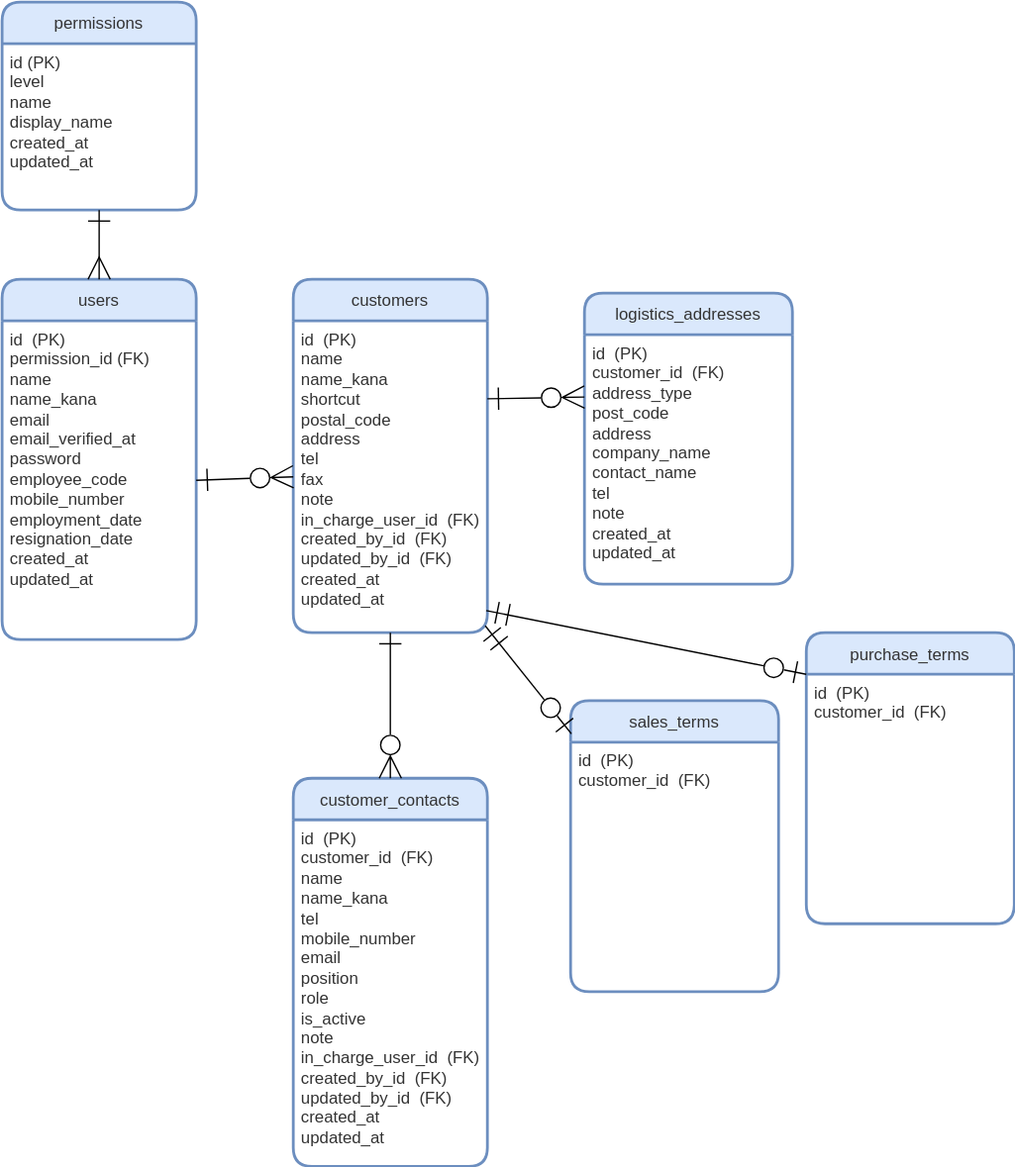
ryo-tom/flagship keeps this draw.io diagram as src/docs/ER.drawio.svg. Above is the earlier version. Source tidied: cells renumbered, new cells last; positions are measured from the earlier drawing's top-left corner, leaving out a move shared by most shapes. Source of this version:
```xml
<mxGraphModel>
  <root>
    <mxCell id="0" />
    <mxCell id="1" parent="0" />
    <mxCell id="2" value="permissions" style="swimlane;horizontal=1;startSize=30;rounded=1;fontSize=12;fontStyle=0;strokeWidth=2;shadow=0;dashed=0;align=center;fillColor=#dae8fc;strokeColor=#6c8ebf;fontColor=#333333;labelBackgroundColor=none;gradientColor=none;swimlaneFillColor=#FFFFFF;verticalAlign=middle;" parent="1" vertex="1">
      <mxGeometry width="140" height="150" as="geometry" />
    </mxCell>
    <mxCell id="3" value="id (PK)&lt;br style=&quot;font-size: 12px;&quot;&gt;level&lt;br style=&quot;font-size: 12px;&quot;&gt;name&lt;br style=&quot;font-size: 12px;&quot;&gt;display_name&lt;br style=&quot;font-size: 12px;&quot;&gt;created_at&lt;br style=&quot;font-size: 12px;&quot;&gt;updated_at" style="align=left;strokeColor=none;fillColor=none;spacingLeft=4;fontSize=12;verticalAlign=top;labelBackgroundColor=none;fontColor=#333333;html=1;" parent="2" vertex="1">
      <mxGeometry y="30" width="140" height="120" as="geometry" />
    </mxCell>
    <mxCell id="4" value="users" style="swimlane;horizontal=1;startSize=30;rounded=1;fontSize=12;fontStyle=0;strokeWidth=2;shadow=0;dashed=0;align=center;fillColor=#dae8fc;strokeColor=#6c8ebf;fontColor=#333333;labelBackgroundColor=none;gradientColor=none;swimlaneFillColor=#FFFFFF;verticalAlign=middle;" parent="1" vertex="1">
      <mxGeometry y="200" width="140" height="260" as="geometry" />
    </mxCell>
    <mxCell id="5" value="&lt;font style=&quot;font-size: 12px;&quot;&gt;id&amp;nbsp;&amp;nbsp;(PK)&lt;br style=&quot;font-size: 12px;&quot;&gt;permission_id (FK)&lt;br style=&quot;font-size: 12px;&quot;&gt;name&lt;br style=&quot;font-size: 12px;&quot;&gt;name_kana&lt;br style=&quot;font-size: 12px;&quot;&gt;email&lt;br style=&quot;font-size: 12px;&quot;&gt;email_verified_at&lt;br style=&quot;font-size: 12px;&quot;&gt;password&lt;br style=&quot;font-size: 12px;&quot;&gt;employee_code&lt;br style=&quot;font-size: 12px;&quot;&gt;mobile_number&lt;br style=&quot;font-size: 12px;&quot;&gt;employment_date&lt;br style=&quot;font-size: 12px;&quot;&gt;resignation_date&lt;br style=&quot;font-size: 12px;&quot;&gt;created_at&lt;br style=&quot;font-size: 12px;&quot;&gt;updated_at&lt;/font&gt;" style="align=left;strokeColor=none;fillColor=none;spacingLeft=4;fontSize=12;verticalAlign=top;html=1;fontColor=#333333;" parent="4" vertex="1">
      <mxGeometry y="30" width="140" height="230" as="geometry" />
    </mxCell>
    <mxCell id="6" style="edgeStyle=none;html=1;exitX=0.5;exitY=1;exitDx=0;exitDy=0;endArrow=ERmany;endFill=0;endSize=14;startArrow=ERone;startFill=0;startSize=14;targetPerimeterSpacing=0;jumpStyle=none;jumpSize=6;shadow=0;fontSize=12;verticalAlign=top;" parent="1" edge="1" source="3" target="4">
      <mxGeometry relative="1" as="geometry" />
    </mxCell>
    <mxCell id="7" value="customers" style="swimlane;horizontal=1;startSize=30;rounded=1;fontSize=12;fontStyle=0;strokeWidth=2;shadow=0;dashed=0;align=center;fillColor=#dae8fc;strokeColor=#6c8ebf;fontColor=#333333;labelBackgroundColor=none;gradientColor=none;swimlaneFillColor=#FFFFFF;verticalAlign=middle;" parent="1" vertex="1">
      <mxGeometry x="210" y="200" width="140" height="255" as="geometry" />
    </mxCell>
    <mxCell id="8" value="&lt;font style=&quot;font-size: 12px;&quot;&gt;id&amp;nbsp;&amp;nbsp;(PK)&lt;br style=&quot;font-size: 12px;&quot;&gt;name&lt;br style=&quot;font-size: 12px;&quot;&gt;name_kana&lt;br style=&quot;font-size: 12px;&quot;&gt;shortcut&lt;br style=&quot;font-size: 12px;&quot;&gt;postal_code&lt;br style=&quot;font-size: 12px;&quot;&gt;address&lt;br style=&quot;font-size: 12px;&quot;&gt;tel&lt;br style=&quot;font-size: 12px;&quot;&gt;fax&lt;br style=&quot;font-size: 12px;&quot;&gt;note&lt;br style=&quot;font-size: 12px;&quot;&gt;in_charge_user_id&amp;nbsp;&amp;nbsp;(FK)&lt;br style=&quot;font-size: 12px;&quot;&gt;created_by_id&amp;nbsp;&amp;nbsp;(FK)&lt;br style=&quot;font-size: 12px;&quot;&gt;updated_by_id&amp;nbsp;&amp;nbsp;(FK)&lt;br style=&quot;font-size: 12px;&quot;&gt;created_at&lt;br style=&quot;font-size: 12px;&quot;&gt;updated_at&lt;/font&gt;" style="align=left;strokeColor=none;fillColor=none;spacingLeft=4;fontSize=12;verticalAlign=top;fontColor=#333333;html=1;" parent="7" vertex="1">
      <mxGeometry y="30" width="140" height="225" as="geometry" />
    </mxCell>
    <mxCell id="9" style="edgeStyle=none;shape=connector;rounded=1;jumpStyle=none;jumpSize=6;html=1;exitX=1;exitY=0.5;exitDx=0;exitDy=0;shadow=0;labelBackgroundColor=default;strokeColor=default;fontFamily=Helvetica;fontSize=12;fontColor=default;startArrow=ERone;startFill=0;endArrow=ERzeroToMany;endFill=0;startSize=14;endSize=14;targetPerimeterSpacing=0;strokeWidth=1;entryX=0;entryY=0.5;entryDx=0;entryDy=0;verticalAlign=top;" parent="1" edge="1" source="5" target="8">
      <mxGeometry relative="1" as="geometry" />
    </mxCell>
    <mxCell id="10" value="customer_contacts" style="swimlane;horizontal=1;startSize=30;rounded=1;fontSize=12;fontStyle=0;strokeWidth=2;shadow=0;dashed=0;align=center;fillColor=#dae8fc;strokeColor=#6c8ebf;fontColor=#333333;labelBackgroundColor=none;gradientColor=none;swimlaneFillColor=#FFFFFF;verticalAlign=middle;" parent="1" vertex="1">
      <mxGeometry x="210" y="560" width="140" height="280" as="geometry" />
    </mxCell>
    <mxCell id="11" value="&lt;font style=&quot;font-size: 12px;&quot;&gt;id&amp;nbsp;&amp;nbsp;(PK)&lt;br style=&quot;font-size: 12px;&quot;&gt;customer_id&amp;nbsp;&amp;nbsp;(FK)&lt;br style=&quot;font-size: 12px;&quot;&gt;name&lt;br style=&quot;font-size: 12px;&quot;&gt;name_kana&lt;br style=&quot;font-size: 12px;&quot;&gt;tel&lt;br style=&quot;font-size: 12px;&quot;&gt;mobile_number&lt;br style=&quot;font-size: 12px;&quot;&gt;email&lt;br style=&quot;font-size: 12px;&quot;&gt;position&lt;br style=&quot;font-size: 12px;&quot;&gt;role&lt;br style=&quot;font-size: 12px;&quot;&gt;is_active&lt;br style=&quot;font-size: 12px;&quot;&gt;note&lt;br style=&quot;font-size: 12px;&quot;&gt;in_charge_user_id&amp;nbsp;&amp;nbsp;(FK)&lt;br style=&quot;font-size: 12px;&quot;&gt;created_by_id&amp;nbsp;&amp;nbsp;(FK)&lt;br style=&quot;font-size: 12px;&quot;&gt;updated_by_id&amp;nbsp;&amp;nbsp;(FK)&lt;br style=&quot;font-size: 12px;&quot;&gt;created_at&lt;br style=&quot;font-size: 12px;&quot;&gt;updated_at&lt;/font&gt;" style="align=left;strokeColor=none;fillColor=none;spacingLeft=4;fontSize=12;verticalAlign=top;fontColor=#333333;html=1;" parent="10" vertex="1">
      <mxGeometry y="30" width="140" height="250" as="geometry" />
    </mxCell>
    <mxCell id="12" style="edgeStyle=none;shape=connector;rounded=1;jumpStyle=none;jumpSize=6;html=1;entryX=0.5;entryY=0;entryDx=0;entryDy=0;shadow=0;labelBackgroundColor=default;strokeColor=default;fontFamily=Helvetica;fontSize=12;fontColor=default;startArrow=ERone;startFill=0;endArrow=ERzeroToMany;endFill=0;startSize=14;endSize=14;targetPerimeterSpacing=0;verticalAlign=top;" parent="1" edge="1" source="8" target="10">
      <mxGeometry relative="1" as="geometry" />
    </mxCell>
    <mxCell id="13" value="logistics_addresses" style="swimlane;horizontal=1;startSize=30;rounded=1;fontSize=12;fontStyle=0;strokeWidth=2;shadow=0;dashed=0;align=center;fillColor=#dae8fc;strokeColor=#6c8ebf;fontColor=#333333;labelBackgroundColor=none;gradientColor=none;swimlaneFillColor=#FFFFFF;verticalAlign=middle;" parent="1" vertex="1">
      <mxGeometry x="420" y="210" width="150" height="210" as="geometry" />
    </mxCell>
    <mxCell id="14" value="&lt;font style=&quot;font-size: 12px;&quot;&gt;id&amp;nbsp;&amp;nbsp;(PK)&lt;br style=&quot;font-size: 12px;&quot;&gt;customer_id&amp;nbsp;&amp;nbsp;(FK)&lt;br style=&quot;font-size: 12px;&quot;&gt;address_type&lt;br style=&quot;font-size: 12px;&quot;&gt;post_code&lt;br style=&quot;font-size: 12px;&quot;&gt;address&lt;br style=&quot;font-size: 12px;&quot;&gt;company_name&lt;br style=&quot;font-size: 12px;&quot;&gt;contact_name&lt;br style=&quot;font-size: 12px;&quot;&gt;tel&lt;br style=&quot;font-size: 12px;&quot;&gt;note&lt;br style=&quot;font-size: 12px;&quot;&gt;created_at&lt;br style=&quot;font-size: 12px;&quot;&gt;updated_at&lt;/font&gt;" style="align=left;strokeColor=none;fillColor=none;spacingLeft=4;fontSize=12;verticalAlign=top;fontColor=#333333;html=1;" parent="13" vertex="1">
      <mxGeometry y="30" width="150" height="180" as="geometry" />
    </mxCell>
    <mxCell id="15" style="edgeStyle=none;shape=connector;rounded=1;jumpStyle=none;jumpSize=6;html=1;exitX=1;exitY=0.25;exitDx=0;exitDy=0;entryX=0;entryY=0.25;entryDx=0;entryDy=0;shadow=0;labelBackgroundColor=default;strokeColor=default;fontFamily=Helvetica;fontSize=12;fontColor=default;startArrow=ERone;startFill=0;endArrow=ERzeroToMany;endFill=0;startSize=14;endSize=14;targetPerimeterSpacing=0;verticalAlign=top;" parent="1" edge="1" source="8" target="14">
      <mxGeometry relative="1" as="geometry" />
    </mxCell>
    <mxCell id="16" value="sales_terms" style="swimlane;horizontal=1;startSize=30;rounded=1;fontSize=12;fontStyle=0;strokeWidth=2;shadow=0;dashed=0;align=center;fillColor=#dae8fc;strokeColor=#6c8ebf;fontColor=#333333;labelBackgroundColor=none;gradientColor=none;swimlaneFillColor=#FFFFFF;verticalAlign=middle;" parent="1" vertex="1">
      <mxGeometry x="410" y="504" width="150" height="210" as="geometry" />
    </mxCell>
    <mxCell id="17" value="&lt;font style=&quot;font-size: 12px;&quot;&gt;id&amp;nbsp;&amp;nbsp;(PK)&lt;br style=&quot;font-size: 12px;&quot;&gt;customer_id&amp;nbsp;&amp;nbsp;(FK)&lt;br style=&quot;font-size: 12px;&quot;&gt;&lt;br&gt;&lt;/font&gt;" style="align=left;strokeColor=none;fillColor=none;spacingLeft=4;fontSize=12;verticalAlign=top;fontColor=#333333;html=1;" parent="16" vertex="1">
      <mxGeometry y="30" width="150" height="180" as="geometry" />
    </mxCell>
    <mxCell id="18" value="purchase_terms" style="swimlane;horizontal=1;startSize=30;rounded=1;fontSize=12;fontStyle=0;strokeWidth=2;shadow=0;dashed=0;align=center;fillColor=#dae8fc;strokeColor=#6c8ebf;fontColor=#333333;labelBackgroundColor=none;gradientColor=none;swimlaneFillColor=#FFFFFF;verticalAlign=middle;" parent="1" vertex="1">
      <mxGeometry x="580" y="455" width="150" height="210" as="geometry" />
    </mxCell>
    <mxCell id="19" value="&lt;font style=&quot;font-size: 12px;&quot;&gt;id&amp;nbsp;&amp;nbsp;(PK)&lt;br style=&quot;font-size: 12px;&quot;&gt;customer_id&amp;nbsp;&amp;nbsp;(FK)&lt;br style=&quot;font-size: 12px;&quot;&gt;&lt;br&gt;&lt;/font&gt;" style="align=left;strokeColor=none;fillColor=none;spacingLeft=4;fontSize=12;verticalAlign=top;fontColor=#333333;html=1;" parent="18" vertex="1">
      <mxGeometry y="30" width="150" height="180" as="geometry" />
    </mxCell>
    <mxCell id="20" style="edgeStyle=none;shape=connector;rounded=1;jumpStyle=none;jumpSize=6;html=1;exitX=0.989;exitY=0.978;exitDx=0;exitDy=0;entryX=0.004;entryY=0.114;entryDx=0;entryDy=0;shadow=0;labelBackgroundColor=default;strokeColor=default;fontFamily=Helvetica;fontSize=12;fontColor=default;startArrow=ERmandOne;startFill=0;endArrow=ERzeroToOne;endFill=0;startSize=14;endSize=14;targetPerimeterSpacing=0;verticalAlign=top;exitPerimeter=0;entryPerimeter=0;" parent="1" edge="1" source="8" target="16">
      <mxGeometry relative="1" as="geometry" />
    </mxCell>
    <mxCell id="21" style="edgeStyle=none;shape=connector;rounded=1;jumpStyle=none;jumpSize=6;html=1;exitX=0.994;exitY=0.929;exitDx=0;exitDy=0;entryX=0;entryY=0;entryDx=0;entryDy=0;shadow=0;labelBackgroundColor=default;strokeColor=default;fontFamily=Helvetica;fontSize=12;fontColor=default;startArrow=ERmandOne;startFill=0;endArrow=ERzeroToOne;endFill=0;startSize=14;endSize=14;targetPerimeterSpacing=0;verticalAlign=top;exitPerimeter=0;" parent="1" edge="1" source="8" target="19">
      <mxGeometry relative="1" as="geometry" />
    </mxCell>
  </root>
</mxGraphModel>
```
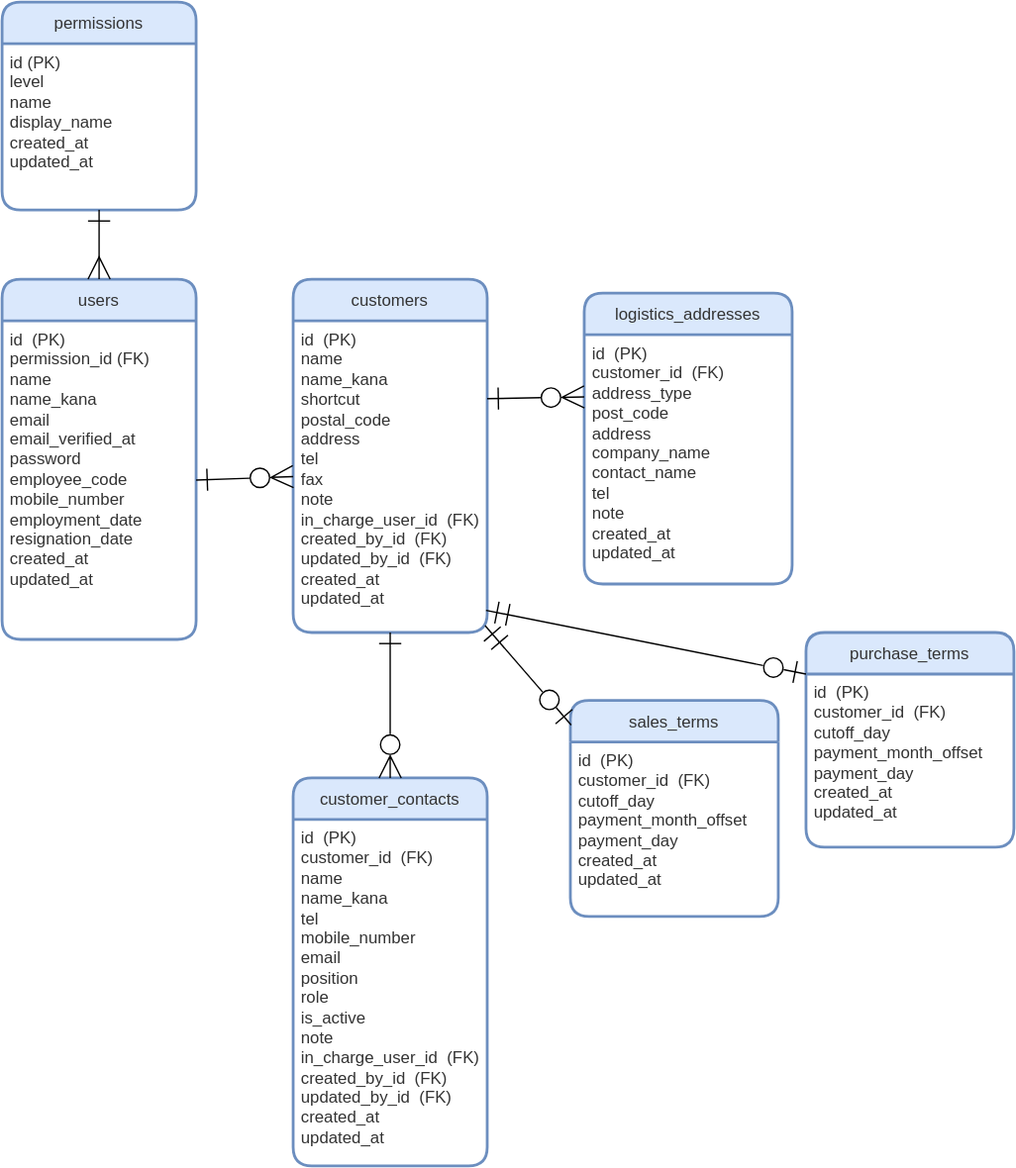
Later version of the same file.

The edit, as a diff of the source:
```diff
@@ -45,16 +45,16 @@
       <mxGeometry relative="1" as="geometry" />
     </mxCell>
     <mxCell id="16" value="sales_terms" style="swimlane;horizontal=1;startSize=30;rounded=1;fontSize=12;fontStyle=0;strokeWidth=2;shadow=0;dashed=0;align=center;fillColor=#dae8fc;strokeColor=#6c8ebf;fontColor=#333333;labelBackgroundColor=none;gradientColor=none;swimlaneFillColor=#FFFFFF;verticalAlign=middle;" parent="1" vertex="1">
-      <mxGeometry x="410" y="504" width="150" height="210" as="geometry" />
+      <mxGeometry x="410" y="504" width="150" height="156" as="geometry" />
     </mxCell>
-    <mxCell id="17" value="&lt;font style=&quot;font-size: 12px;&quot;&gt;id&amp;nbsp;&amp;nbsp;(PK)&lt;br style=&quot;font-size: 12px;&quot;&gt;customer_id&amp;nbsp;&amp;nbsp;(FK)&lt;br style=&quot;font-size: 12px;&quot;&gt;&lt;br&gt;&lt;/font&gt;" style="align=left;strokeColor=none;fillColor=none;spacingLeft=4;fontSize=12;verticalAlign=top;fontColor=#333333;html=1;" parent="16" vertex="1">
-      <mxGeometry y="30" width="150" height="180" as="geometry" />
+    <mxCell id="17" value="&lt;font style=&quot;&quot;&gt;id&amp;nbsp;&amp;nbsp;(PK)&lt;br style=&quot;font-size: 12px;&quot;&gt;customer_id&amp;nbsp;&amp;nbsp;(FK)&lt;br style=&quot;font-size: 12px;&quot;&gt;&lt;div style=&quot;&quot;&gt;cutoff_day&lt;/div&gt;&lt;div style=&quot;&quot;&gt;payment_month_offset&lt;/div&gt;&lt;div style=&quot;&quot;&gt;payment_day&lt;/div&gt;&lt;div style=&quot;&quot;&gt;created_at&lt;/div&gt;&lt;div style=&quot;&quot;&gt;updated_at&lt;/div&gt;&lt;/font&gt;" style="align=left;strokeColor=none;fillColor=none;spacingLeft=4;fontSize=12;verticalAlign=top;fontColor=#333333;html=1;" parent="16" vertex="1">
+      <mxGeometry y="30" width="150" height="126" as="geometry" />
     </mxCell>
     <mxCell id="18" value="purchase_terms" style="swimlane;horizontal=1;startSize=30;rounded=1;fontSize=12;fontStyle=0;strokeWidth=2;shadow=0;dashed=0;align=center;fillColor=#dae8fc;strokeColor=#6c8ebf;fontColor=#333333;labelBackgroundColor=none;gradientColor=none;swimlaneFillColor=#FFFFFF;verticalAlign=middle;" parent="1" vertex="1">
-      <mxGeometry x="580" y="455" width="150" height="210" as="geometry" />
+      <mxGeometry x="580" y="455" width="150" height="155" as="geometry" />
     </mxCell>
-    <mxCell id="19" value="&lt;font style=&quot;font-size: 12px;&quot;&gt;id&amp;nbsp;&amp;nbsp;(PK)&lt;br style=&quot;font-size: 12px;&quot;&gt;customer_id&amp;nbsp;&amp;nbsp;(FK)&lt;br style=&quot;font-size: 12px;&quot;&gt;&lt;br&gt;&lt;/font&gt;" style="align=left;strokeColor=none;fillColor=none;spacingLeft=4;fontSize=12;verticalAlign=top;fontColor=#333333;html=1;" parent="18" vertex="1">
-      <mxGeometry y="30" width="150" height="180" as="geometry" />
+    <mxCell id="19" value="&lt;font style=&quot;&quot;&gt;id&amp;nbsp;&amp;nbsp;(PK)&lt;br style=&quot;font-size: 12px;&quot;&gt;customer_id&amp;nbsp;&amp;nbsp;(FK)&lt;br style=&quot;font-size: 12px;&quot;&gt;&lt;div style=&quot;&quot;&gt;cutoff_day&lt;/div&gt;&lt;div style=&quot;&quot;&gt;payment_month_offset&lt;/div&gt;&lt;div style=&quot;&quot;&gt;payment_day&lt;/div&gt;&lt;div style=&quot;&quot;&gt;created_at&lt;/div&gt;&lt;div style=&quot;&quot;&gt;updated_at&lt;/div&gt;&lt;/font&gt;" style="align=left;strokeColor=none;fillColor=none;spacingLeft=4;fontSize=12;verticalAlign=top;fontColor=#333333;html=1;" parent="18" vertex="1">
+      <mxGeometry y="30" width="150" height="125" as="geometry" />
     </mxCell>
     <mxCell id="20" style="edgeStyle=none;shape=connector;rounded=1;jumpStyle=none;jumpSize=6;html=1;exitX=0.989;exitY=0.978;exitDx=0;exitDy=0;entryX=0.004;entryY=0.114;entryDx=0;entryDy=0;shadow=0;labelBackgroundColor=default;strokeColor=default;fontFamily=Helvetica;fontSize=12;fontColor=default;startArrow=ERmandOne;startFill=0;endArrow=ERzeroToOne;endFill=0;startSize=14;endSize=14;targetPerimeterSpacing=0;verticalAlign=top;exitPerimeter=0;entryPerimeter=0;" parent="1" edge="1" source="8" target="16">
       <mxGeometry relative="1" as="geometry" />
```
